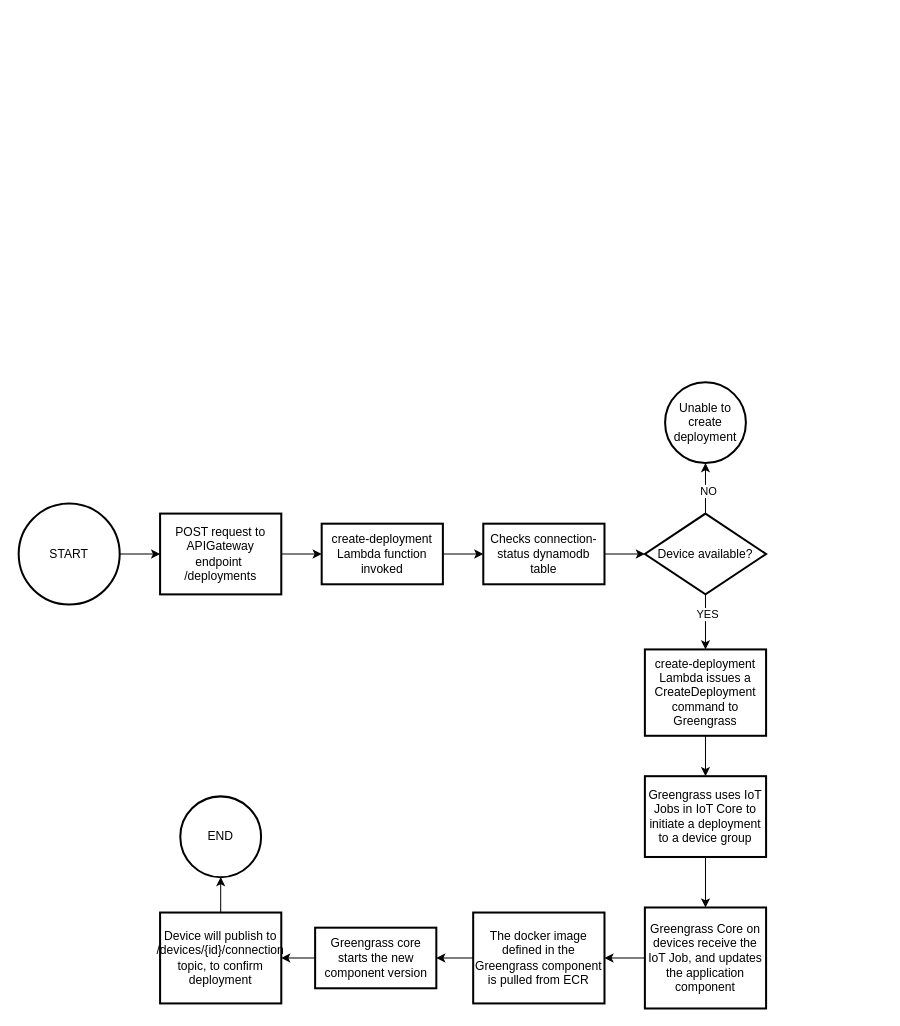
MadsJustesen/mdp-iot keeps this draw.io diagram as docs/drawio_files/create_deployment.drawio. Above is the earlier version. Source tidied: cells renumbered, new cells numbered last; positions are measured from the earlier drawing's top-left corner, leaving out a move shared by most shapes. Both pictures are drawn from the tidied source at 101%, with x=0, y=0 at pixel (18, 382).
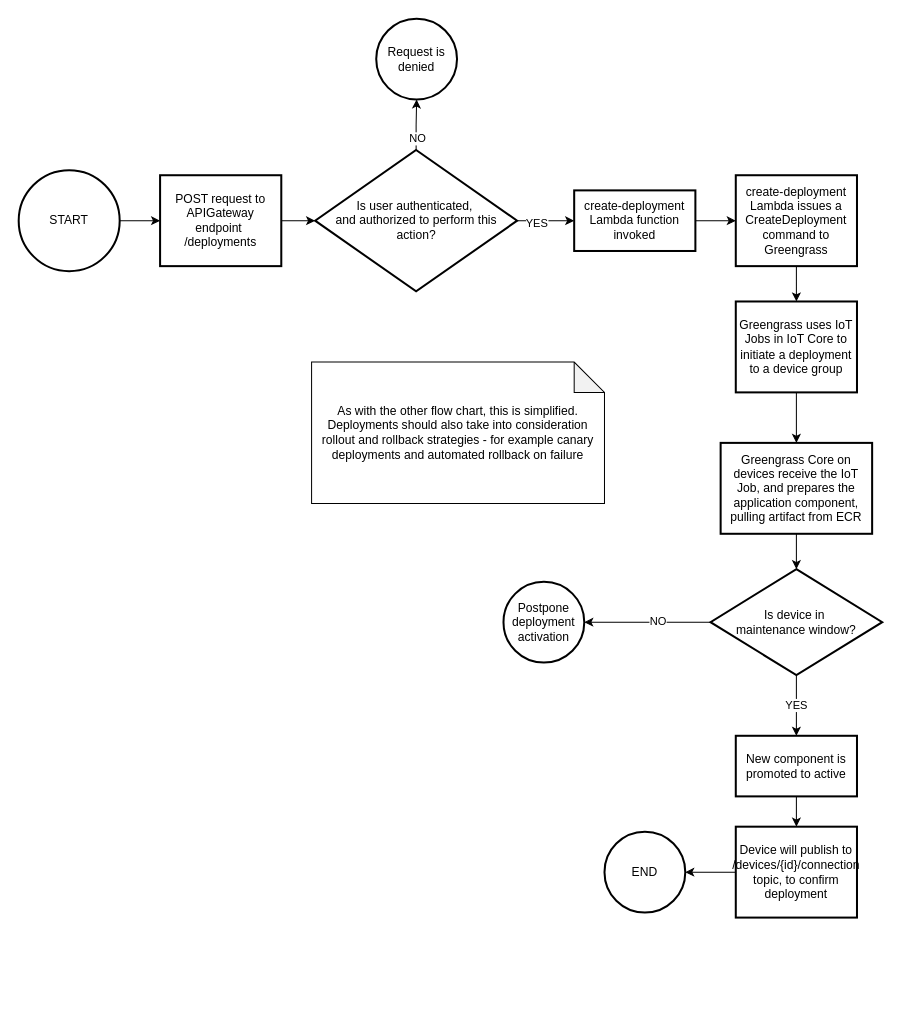
Above is the later version.

The edit, as a diff of the source:
```diff
@@
     <mxCell id="3" value="START" style="strokeWidth=2;html=1;shape=mxgraph.flowchart.start_2;whiteSpace=wrap;" parent="1" vertex="1">
-      <mxGeometry y="120" width="100" height="100" as="geometry" />
+      <mxGeometry y="-210" width="100" height="100" as="geometry" />
     </mxCell>
-    <mxCell id="4" style="edgeStyle=orthogonalEdgeStyle;rounded=0;jettySize=auto;html=1;" parent="1" edge="1" source="5" target="7">
-      <mxGeometry relative="1" as="geometry" />
-    </mxCell>
+    <mxCell id="29" style="edgeStyle=orthogonalEdgeStyle;rounded=0;jettySize=auto;html=1;" parent="1" edge="1" source="5" target="33">
+      <mxGeometry relative="1" as="geometry" />
+    </mxCell>
     <mxCell id="5" value="&lt;div&gt;&lt;div&gt;POST request to APIGateway endpoint&amp;nbsp;&lt;/div&gt;&lt;div&gt;/deployments&lt;/div&gt;&lt;/div&gt;" style="whiteSpace=wrap;html=1;strokeWidth=2;" parent="1" vertex="1">
-      <mxGeometry x="140" y="130" width="120" height="80" as="geometry" />
+      <mxGeometry x="140" y="-205" width="120" height="90" as="geometry" />
     </mxCell>
-    <mxCell id="6" style="edgeStyle=orthogonalEdgeStyle;rounded=0;jettySize=auto;html=1;" parent="1" edge="1" source="7" target="9">
-      <mxGeometry relative="1" as="geometry" />
-    </mxCell>
+    <mxCell id="30" style="edgeStyle=orthogonalEdgeStyle;rounded=0;jettySize=auto;html=1;" parent="1" edge="1" source="33" target="34">
+      <mxGeometry relative="1" as="geometry" />
+    </mxCell>
+    <mxCell id="31" value="NO" style="edgeLabel;html=1;align=center;verticalAlign=middle;" parent="30" vertex="1">
+      <mxGeometry x="-0.51" y="-1" relative="1" as="geometry" />
+    </mxCell>
+    <mxCell id="32" style="edgeStyle=orthogonalEdgeStyle;rounded=0;jettySize=auto;html=1;" parent="1" edge="1" source="33" target="7">
+      <mxGeometry relative="1" as="geometry" />
+    </mxCell>
+    <mxCell id="13" value="YES" style="edgeLabel;html=1;align=center;verticalAlign=middle;" parent="32" vertex="1">
+      <mxGeometry x="-0.31" y="-2" relative="1" as="geometry" />
+    </mxCell>
+    <mxCell id="33" value="Is user authenticated,&amp;nbsp;&lt;br&gt;and authorized to perform this action?" style="rhombus;whiteSpace=wrap;html=1;strokeWidth=2;" parent="1" vertex="1">
+      <mxGeometry x="293.5" y="-230" width="200" height="140" as="geometry" />
+    </mxCell>
+    <mxCell id="34" value="Request is denied" style="ellipse;whiteSpace=wrap;html=1;strokeWidth=2;" parent="1" vertex="1">
+      <mxGeometry x="354" y="-360" width="80" height="80" as="geometry" />
+    </mxCell>
+    <mxCell id="35" style="edgeStyle=orthogonalEdgeStyle;rounded=0;jettySize=auto;html=1;" parent="1" edge="1" source="7" target="17">
+      <mxGeometry relative="1" as="geometry" />
+    </mxCell>
-    <mxCell id="7" value="&lt;br&gt;create-deployment Lambda function invoked&lt;div&gt;&lt;br/&gt;&lt;/div&gt;" style="whiteSpace=wrap;html=1;strokeWidth=2;" parent="1" vertex="1">
-      <mxGeometry x="300" y="140" width="120" height="60" as="geometry" />
+    <mxCell id="7" value="create-deployment Lambda function invoked" style="whiteSpace=wrap;html=1;strokeWidth=2;" parent="1" vertex="1">
+      <mxGeometry x="550" y="-190" width="120" height="60" as="geometry" />
     </mxCell>
-    <mxCell id="8" style="edgeStyle=orthogonalEdgeStyle;rounded=0;jettySize=auto;html=1;" parent="1" edge="1" source="9" target="14">
-      <mxGeometry relative="1" as="geometry" />
-    </mxCell>
-    <mxCell id="9" value="Checks connection-status dynamodb table" style="whiteSpace=wrap;html=1;strokeWidth=2;" parent="1" vertex="1">
-      <mxGeometry x="460" y="140" width="120" height="60" as="geometry" />
-    </mxCell>
-    <mxCell id="10" style="edgeStyle=orthogonalEdgeStyle;rounded=0;jettySize=auto;html=1;" parent="1" edge="1" source="14" target="15">
-      <mxGeometry relative="1" as="geometry" />
-    </mxCell>
-    <mxCell id="11" value="NO" style="edgeLabel;html=1;align=center;verticalAlign=middle;" parent="10" vertex="1">
-      <mxGeometry x="-0.1" y="-2" relative="1" as="geometry" />
-    </mxCell>
-    <mxCell id="12" style="edgeStyle=orthogonalEdgeStyle;rounded=0;jettySize=auto;html=1;" parent="1" edge="1" source="14" target="17">
-      <mxGeometry relative="1" as="geometry" />
-    </mxCell>
-    <mxCell id="13" value="YES" style="edgeLabel;html=1;align=center;verticalAlign=middle;" parent="12" vertex="1">
-      <mxGeometry x="-0.29" y="1" relative="1" as="geometry" />
-    </mxCell>
-    <mxCell id="14" value="Device available?" style="rhombus;whiteSpace=wrap;html=1;strokeWidth=2;" parent="1" vertex="1">
-      <mxGeometry x="620" y="130" width="120" height="80" as="geometry" />
-    </mxCell>
-    <mxCell id="15" value="Unable to create deployment" style="ellipse;whiteSpace=wrap;html=1;strokeWidth=2;" parent="1" vertex="1">
-      <mxGeometry x="640" width="80" height="80" as="geometry" />
-    </mxCell>
@@
     <mxCell id="17" value="create-deployment Lambda issues a CreateDeployment command to Greengrass" style="whiteSpace=wrap;html=1;strokeWidth=2;" parent="1" vertex="1">
-      <mxGeometry x="620" y="264.5" width="120" height="85.5" as="geometry" />
+      <mxGeometry x="710" y="-205" width="120" height="90" as="geometry" />
     </mxCell>
-    <mxCell id="18" style="edgeStyle=orthogonalEdgeStyle;rounded=0;jettySize=auto;html=1;" parent="1" edge="1" source="19" target="21">
-      <mxGeometry relative="1" as="geometry" />
-    </mxCell>
+    <mxCell id="36" style="edgeStyle=orthogonalEdgeStyle;rounded=0;jettySize=auto;html=1;" parent="1" edge="1" source="19" target="38">
+      <mxGeometry relative="1" as="geometry" />
+    </mxCell>
     <mxCell id="19" value="&lt;div&gt;Greengrass uses IoT Jobs in IoT Core to initiate a deployment&lt;/div&gt;&lt;div&gt;to a device group&lt;/div&gt;" style="whiteSpace=wrap;html=1;strokeWidth=2;" parent="1" vertex="1">
-      <mxGeometry x="620" y="390" width="120" height="80" as="geometry" />
+      <mxGeometry x="710" y="-80" width="120" height="90" as="geometry" />
     </mxCell>
-    <mxCell id="20" style="edgeStyle=orthogonalEdgeStyle;rounded=0;jettySize=auto;html=1;" parent="1" edge="1" source="21" target="23">
-      <mxGeometry relative="1" as="geometry" />
-    </mxCell>
-    <mxCell id="21" value="Greengrass Core on devices receive the IoT Job, and updates the application component" style="whiteSpace=wrap;html=1;strokeWidth=2;" parent="1" vertex="1">
-      <mxGeometry x="620" y="520" width="120" height="100" as="geometry" />
-    </mxCell>
-    <mxCell id="22" style="edgeStyle=orthogonalEdgeStyle;rounded=0;jettySize=auto;html=1;" parent="1" edge="1" source="23" target="25">
-      <mxGeometry relative="1" as="geometry" />
-    </mxCell>
-    <mxCell id="23" value="The docker image defined in the Greengrass component is pulled from ECR" style="whiteSpace=wrap;html=1;strokeWidth=2;" parent="1" vertex="1">
-      <mxGeometry x="450" y="525" width="130" height="90" as="geometry" />
-    </mxCell>
-    <mxCell id="24" style="edgeStyle=orthogonalEdgeStyle;rounded=0;jettySize=auto;html=1;" parent="1" edge="1" source="25" target="27">
-      <mxGeometry relative="1" as="geometry" />
-    </mxCell>
-    <mxCell id="25" value="Greengrass core starts the new component version" style="whiteSpace=wrap;html=1;strokeWidth=2;" parent="1" vertex="1">
-      <mxGeometry x="293.5" y="540" width="120" height="60" as="geometry" />
-    </mxCell>
+    <mxCell id="37" style="edgeStyle=orthogonalEdgeStyle;rounded=0;jettySize=auto;html=1;" parent="1" edge="1" source="38" target="42">
+      <mxGeometry relative="1" as="geometry" />
+    </mxCell>
+    <mxCell id="38" value="&lt;div&gt;Greengrass Core on devices receive the IoT Job, and prepares the application component,&lt;/div&gt;&lt;div&gt;pulling artifact from ECR&lt;/div&gt;" style="whiteSpace=wrap;html=1;strokeWidth=2;" parent="1" vertex="1">
+      <mxGeometry x="695" y="60" width="150" height="90" as="geometry" />
+    </mxCell>
+    <mxCell id="39" style="edgeStyle=orthogonalEdgeStyle;rounded=0;jettySize=auto;html=1;" parent="1" edge="1" source="42" target="43">
+      <mxGeometry relative="1" as="geometry" />
+    </mxCell>
+    <mxCell id="40" value="NO" style="edgeLabel;html=1;align=center;verticalAlign=middle;" parent="39" vertex="1">
+      <mxGeometry x="-0.16" y="-1" relative="1" as="geometry" />
+    </mxCell>
+    <mxCell id="41" value="YES" style="edgeStyle=orthogonalEdgeStyle;rounded=0;jettySize=auto;html=1;" parent="1" edge="1" source="42" target="45">
+      <mxGeometry relative="1" as="geometry" />
+    </mxCell>
+    <mxCell id="42" value="Is device in&amp;nbsp;&lt;br&gt;maintenance window?" style="rhombus;whiteSpace=wrap;html=1;strokeWidth=2;" parent="1" vertex="1">
+      <mxGeometry x="685" y="185" width="170" height="105" as="geometry" />
+    </mxCell>
+    <mxCell id="43" value="Postpone deployment activation" style="ellipse;whiteSpace=wrap;html=1;strokeWidth=2;" parent="1" vertex="1">
+      <mxGeometry x="480" y="197.5" width="80" height="80" as="geometry" />
+    </mxCell>
+    <mxCell id="44" style="edgeStyle=orthogonalEdgeStyle;rounded=0;jettySize=auto;html=1;" parent="1" edge="1" source="45" target="27">
+      <mxGeometry relative="1" as="geometry" />
+    </mxCell>
+    <mxCell id="45" value="&lt;div&gt;New component is promoted to active&lt;/div&gt;" style="whiteSpace=wrap;html=1;strokeWidth=2;" parent="1" vertex="1">
+      <mxGeometry x="710" y="350" width="120" height="60" as="geometry" />
+    </mxCell>
@@
     <mxCell id="27" value="Device will publish to&lt;br&gt;/devices/{id}/connection&lt;br&gt;topic, to confirm deployment" style="whiteSpace=wrap;html=1;strokeWidth=2;" parent="1" vertex="1">
-      <mxGeometry x="140" y="525" width="120" height="90" as="geometry" />
+      <mxGeometry x="710" y="440" width="120" height="90" as="geometry" />
     </mxCell>
     <mxCell id="28" value="END" style="ellipse;whiteSpace=wrap;html=1;strokeWidth=2;" parent="1" vertex="1">
-      <mxGeometry x="160" y="410" width="80" height="80" as="geometry" />
+      <mxGeometry x="580" y="445" width="80" height="80" as="geometry" />
     </mxCell>
+    <mxCell id="46" value="As with the other flow chart, this is simplified.&lt;br&gt;Deployments should also take into consideration rollout and rollback strategies - for example canary deployments and automated rollback on failure" style="shape=note;whiteSpace=wrap;html=1;backgroundOutline=1;darkOpacity=0.05;" parent="1" vertex="1">
+      <mxGeometry x="290" y="-20" width="290" height="140" as="geometry" />
+    </mxCell>
```
